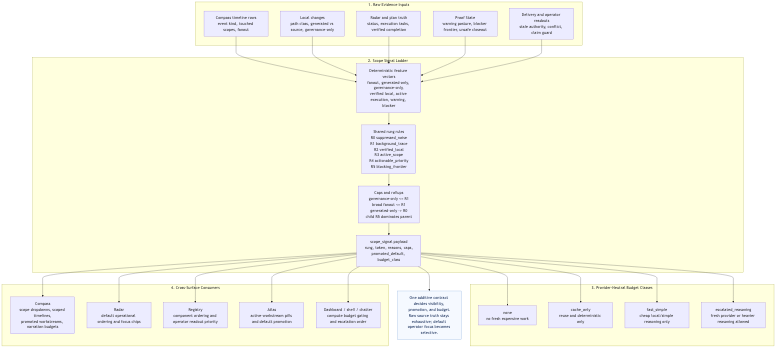
odylith/odylith keeps this Mermaid diagram as odylith/atlas/source/odylith-scope-signal-ladder-and-escalation-topology.png. Above is the earlier version. Its source is kept beside it as odylith/atlas/source/odylith-scope-signal-ladder-and-escalation-topology.mmd. The source it was exported from:
```mermaid
flowchart TB
  subgraph Evidence["1. Raw Evidence Inputs"]
    Timeline["Compass timeline rows<br/>event kind, touched scopes, fanout"]
    Local["Local changes<br/>path class, generated vs source, governance-only"]
    Plans["Radar and plan truth<br/>status, execution tasks, verified completion"]
    Proof["Proof State<br/>warning posture, blocker frontier, unsafe closeout"]
    Readouts["Delivery and operator readouts<br/>stale authority, conflict, claim guard"]
  end

  subgraph Ladder["2. Scope Signal Ladder"]
    Features["Deterministic feature vectors<br/>fanout, generated-only, governance-only,<br/>verified local, active execution, warning, blocker"]
    Rules["Shared rung rules<br/>R0 suppressed_noise<br/>R1 background_trace<br/>R2 verified_local<br/>R3 active_scope<br/>R4 actionable_priority<br/>R5 blocking_frontier"]
    Caps["Caps and rollups<br/>governance-only <= R1<br/>broad fanout <= R1<br/>generated-only -> R0<br/>child R5 dominates parent"]
    Signal["scope_signal payload<br/>rung, token, reasons, caps,<br/>promoted_default, budget_class"]
  end

  subgraph Budgets["3. Provider-Neutral Budget Classes"]
    None["none<br/>no fresh expensive work"]
    Cache["cache_only<br/>reuse and deterministic only"]
    Fast["fast_simple<br/>cheap local/simple reasoning only"]
    Escalated["escalated_reasoning<br/>fresh provider or heavier reasoning allowed"]
  end

  subgraph Consumers["4. Cross-Surface Consumers"]
    Compass["Compass<br/>scope dropdowns, scoped timelines,<br/>promoted workstreams, narration budgets"]
    Radar["Radar<br/>default operational ordering and focus chips"]
    Registry["Registry<br/>component ordering and operator readout priority"]
    Atlas["Atlas<br/>active-workstream pills and default promotion"]
    Shell["Dashboard / shell / chatter<br/>compute budget gating and escalation order"]
  end

  Timeline --> Features
  Local --> Features
  Plans --> Features
  Proof --> Features
  Readouts --> Features
  Features --> Rules
  Rules --> Caps
  Caps --> Signal

  Signal --> None
  Signal --> Cache
  Signal --> Fast
  Signal --> Escalated

  Signal --> Compass
  Signal --> Radar
  Signal --> Registry
  Signal --> Atlas
  Signal --> Shell

  Note["One additive contract decides visibility, promotion, and budget.<br/>Raw source truth stays exhaustive; default operator focus becomes selective."]:::note
  Signal --> Note

  classDef note fill:#f5f9ff,stroke:#7aa0d6,color:#1f355f
```
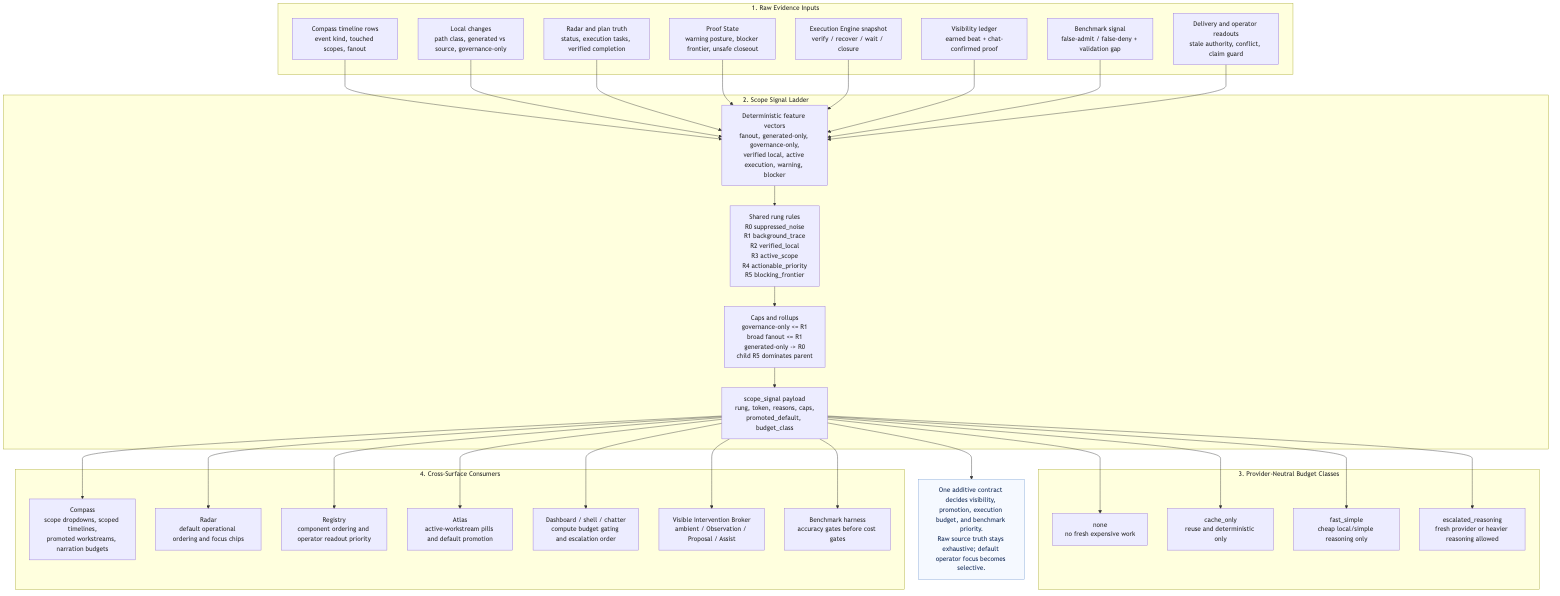
Later version of the same file.

Diff of the diagram source:
```diff
@@ -4,6 +4,9 @@
     Local["Local changes<br/>path class, generated vs source, governance-only"]
     Plans["Radar and plan truth<br/>status, execution tasks, verified completion"]
     Proof["Proof State<br/>warning posture, blocker frontier, unsafe closeout"]
+    Execution["Execution Engine snapshot<br/>verify / recover / wait / closure"]
+    Visibility["Visibility ledger<br/>earned beat + chat-confirmed proof"]
+    Benchmark["Benchmark signal<br/>false-admit / false-deny + validation gap"]
     Readouts["Delivery and operator readouts<br/>stale authority, conflict, claim guard"]
   end
 
@@ -27,12 +30,17 @@
     Registry["Registry<br/>component ordering and operator readout priority"]
     Atlas["Atlas<br/>active-workstream pills and default promotion"]
     Shell["Dashboard / shell / chatter<br/>compute budget gating and escalation order"]
+    Broker["Visible Intervention Broker<br/>ambient / Observation / Proposal / Assist"]
+    Benchmarks["Benchmark harness<br/>accuracy gates before cost gates"]
   end
 
   Timeline --> Features
   Local --> Features
   Plans --> Features
   Proof --> Features
+  Execution --> Features
+  Visibility --> Features
+  Benchmark --> Features
   Readouts --> Features
   Features --> Rules
   Rules --> Caps
@@ -48,8 +56,10 @@
   Signal --> Registry
   Signal --> Atlas
   Signal --> Shell
+  Signal --> Broker
+  Signal --> Benchmarks
 
-  Note["One additive contract decides visibility, promotion, and budget.<br/>Raw source truth stays exhaustive; default operator focus becomes selective."]:::note
+  Note["One additive contract decides visibility, promotion, execution budget, and benchmark priority.<br/>Raw source truth stays exhaustive; default operator focus becomes selective."]:::note
   Signal --> Note
 
   classDef note fill:#f5f9ff,stroke:#7aa0d6,color:#1f355f
```
